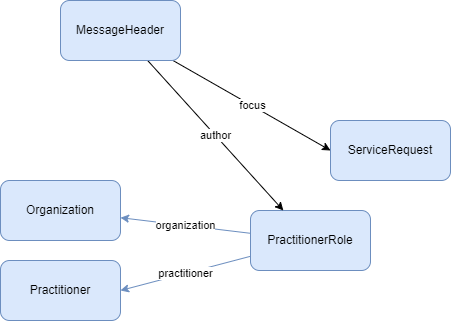
The draw.io diagram input/images/terminar-recursos.png in Minsal-CL/SIGTEv2-IG, before a commit. Source tidied: cells renumbered, new cells last; positions are measured from the earlier drawing's top-left corner, leaving out a move shared by most shapes. Its diagram source:
```xml
<mxGraphModel>
  <root>
    <mxCell id="0" />
    <mxCell id="1" parent="0" />
    <mxCell id="2" value="organization" style="edgeStyle=none;rounded=0;jettySize=auto;html=1;fillColor=#dae8fc;strokeColor=#6c8ebf;" parent="1" edge="1" source="4" target="5">
      <mxGeometry relative="1" as="geometry" />
    </mxCell>
    <mxCell id="3" value="practitioner" style="edgeStyle=none;rounded=0;jettySize=auto;html=1;entryX=1;entryY=0.5;entryDx=0;entryDy=0;fillColor=#dae8fc;strokeColor=#6c8ebf;" parent="1" edge="1" source="4" target="6">
      <mxGeometry relative="1" as="geometry" />
    </mxCell>
    <mxCell id="4" value="PractitionerRole" style="rounded=1;whiteSpace=wrap;html=1;fillColor=#dae8fc;strokeColor=#6c8ebf;" parent="1" vertex="1">
      <mxGeometry x="250" y="210" width="120" height="60" as="geometry" />
    </mxCell>
    <mxCell id="5" value="Organization" style="rounded=1;whiteSpace=wrap;html=1;fillColor=#dae8fc;strokeColor=#6c8ebf;" parent="1" vertex="1">
      <mxGeometry y="180" width="120" height="60" as="geometry" />
    </mxCell>
    <mxCell id="6" value="Practitioner" style="rounded=1;whiteSpace=wrap;html=1;fillColor=#dae8fc;strokeColor=#6c8ebf;" parent="1" vertex="1">
      <mxGeometry y="260" width="120" height="60" as="geometry" />
    </mxCell>
    <mxCell id="7" value="focus" style="rounded=0;jettySize=auto;html=1;entryX=0;entryY=0.5;entryDx=0;entryDy=0;" parent="1" edge="1" source="9" target="10">
      <mxGeometry relative="1" as="geometry" />
    </mxCell>
    <mxCell id="8" value="author" style="rounded=0;jettySize=auto;html=1;" parent="1" edge="1" source="9" target="4">
      <mxGeometry relative="1" as="geometry" />
    </mxCell>
    <mxCell id="9" value="MessageHeader" style="rounded=1;whiteSpace=wrap;html=1;fillColor=#dae8fc;strokeColor=#6c8ebf;" parent="1" vertex="1">
      <mxGeometry x="60" width="120" height="60" as="geometry" />
    </mxCell>
    <mxCell id="10" value="ServiceRequest" style="rounded=1;whiteSpace=wrap;html=1;fillColor=#dae8fc;strokeColor=#6c8ebf;" parent="1" vertex="1">
      <mxGeometry x="330" y="120" width="120" height="60" as="geometry" />
    </mxCell>
  </root>
</mxGraphModel>
```
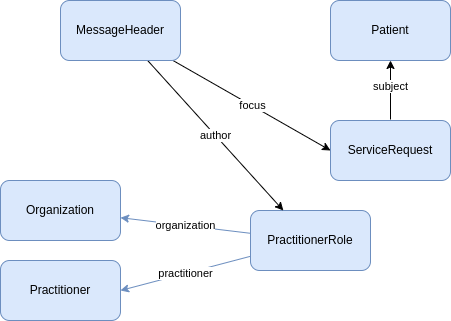
After the change.

Commit message:
update: imagenes de recursos, se agrega paciente

The edit, as a diff of the source:
```diff
@@ -29,5 +29,16 @@
     <mxCell id="10" value="ServiceRequest" style="rounded=1;whiteSpace=wrap;html=1;fillColor=#dae8fc;strokeColor=#6c8ebf;" parent="1" vertex="1">
       <mxGeometry x="330" y="120" width="120" height="60" as="geometry" />
     </mxCell>
+    <mxCell id="11" style="edgeStyle=none;rounded=0;jettySize=auto;html=1;" parent="1" edge="1" target="13">
+      <mxGeometry relative="1" as="geometry">
+        <mxPoint x="390" y="119" as="sourcePoint" />
+      </mxGeometry>
+    </mxCell>
+    <mxCell id="12" value="subject" style="edgeLabel;html=1;align=center;verticalAlign=middle;" parent="11" vertex="1">
+      <mxGeometry x="0.15" y="1" relative="1" as="geometry" />
+    </mxCell>
+    <mxCell id="13" value="Patient" style="whiteSpace=wrap;html=1;rounded=1;fillColor=#dae8fc;strokeColor=#6c8ebf;" parent="1" vertex="1">
+      <mxGeometry x="330" width="120" height="60" as="geometry" />
+    </mxCell>
   </root>
 </mxGraphModel>
```
